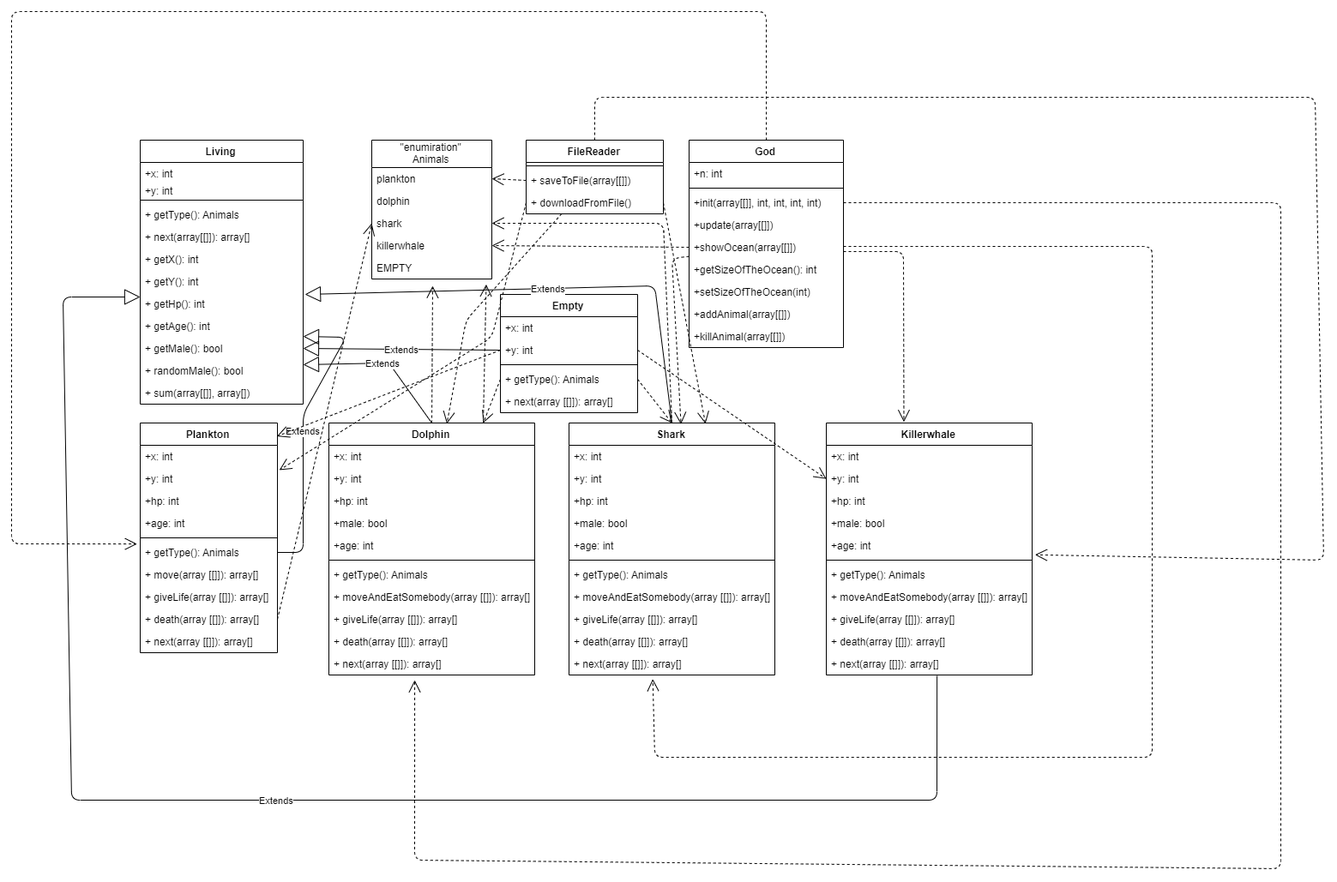
Faceless1337/Ocean keeps this draw.io diagram as UML.png. Above is the earlier version. Source tidied: cells renumbered, new cells last; positions are measured from the earlier drawing's top-left corner, leaving out a move shared by most shapes.
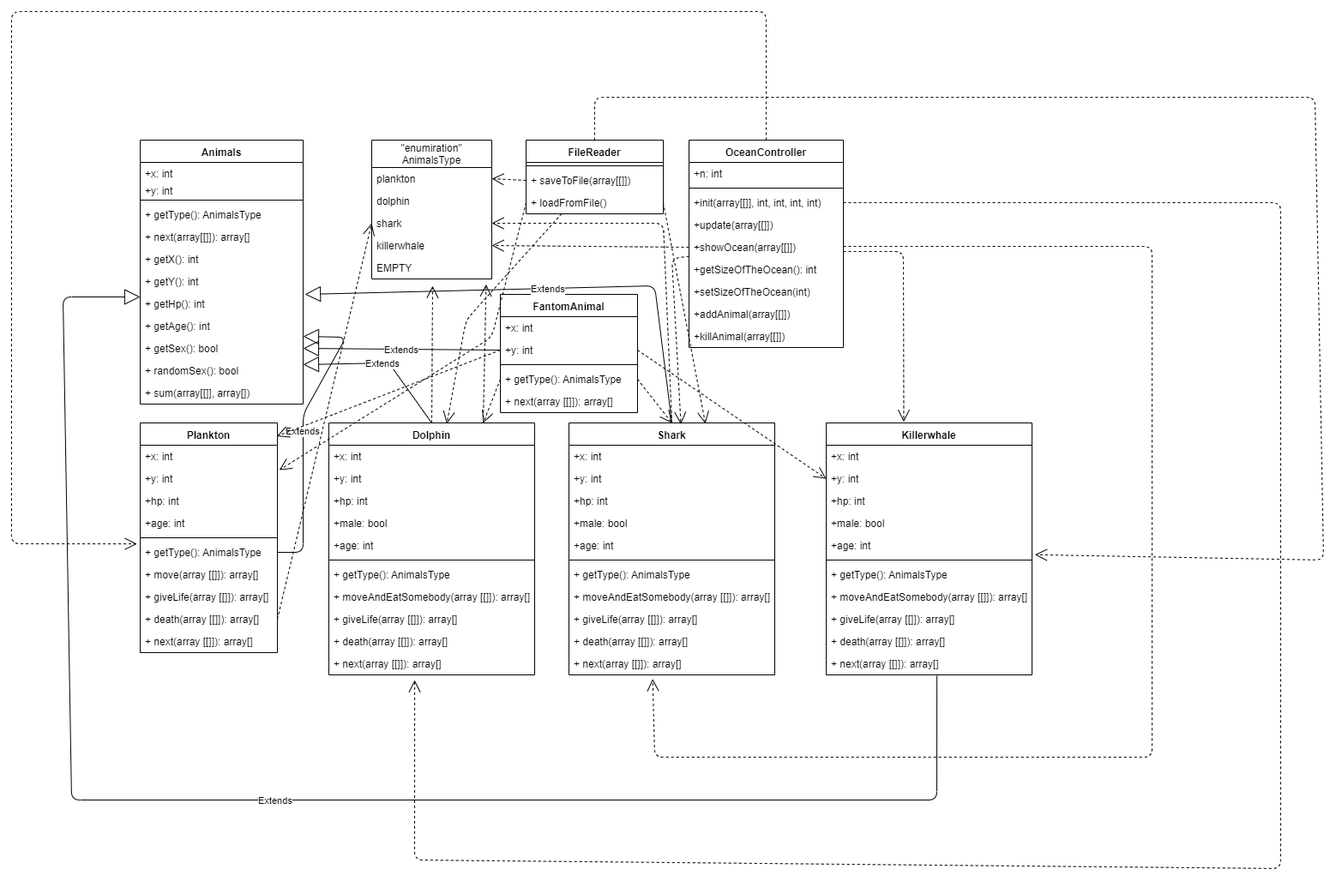
The same file after the commit.

What changed in the source:
```diff
@@ -2,7 +2,7 @@
   <root>
     <mxCell id="0" />
     <mxCell id="1" parent="0" />
-    <mxCell id="2" value="Living" style="swimlane;fontStyle=1;align=center;verticalAlign=top;horizontal=1;startSize=26;" parent="1" vertex="1">
+    <mxCell id="2" value="Animals" style="swimlane;fontStyle=1;align=center;verticalAlign=top;horizontal=1;startSize=26;" parent="1" vertex="1">
       <mxGeometry x="150" y="150" width="190" height="308" as="geometry" />
     </mxCell>
     <mxCell id="3" value="+x: int" style="text;strokeColor=none;fillColor=none;align=left;verticalAlign=top;spacingLeft=4;spacingRight=4;overflow=hidden;" parent="2" vertex="1">
@@ -14,7 +14,7 @@
     <mxCell id="5" style="line;strokeWidth=1;fillColor=none;align=left;verticalAlign=middle;spacingTop=-1;spacingLeft=3;spacingRight=3;labelPosition=right;" parent="2" vertex="1">
       <mxGeometry y="66" width="190" height="8" as="geometry" />
     </mxCell>
-    <mxCell id="6" value="+ getType(): Animals" style="text;strokeColor=none;fillColor=none;align=left;verticalAlign=top;spacingLeft=4;spacingRight=4;overflow=hidden;" parent="2" vertex="1">
+    <mxCell id="6" value="+ getType(): AnimalsType" style="text;strokeColor=none;fillColor=none;align=left;verticalAlign=top;spacingLeft=4;spacingRight=4;overflow=hidden;" parent="2" vertex="1">
       <mxGeometry y="74" width="190" height="26" as="geometry" />
     </mxCell>
     <mxCell id="7" value="+ next(array[[]]): array[]" style="text;strokeColor=none;fillColor=none;align=left;verticalAlign=top;spacingLeft=4;spacingRight=4;overflow=hidden;" parent="2" vertex="1">
@@ -32,16 +32,16 @@
     <mxCell id="11" value="+ getAge(): int" style="text;strokeColor=none;fillColor=none;align=left;verticalAlign=top;spacingLeft=4;spacingRight=4;overflow=hidden;points=[[0,0.5],[1,0.5]];portConstraint=eastwest;" parent="2" vertex="1">
       <mxGeometry y="204" width="190" height="26" as="geometry" />
     </mxCell>
-    <mxCell id="12" value="+ getMale(): bool" style="text;strokeColor=none;fillColor=none;align=left;verticalAlign=top;spacingLeft=4;spacingRight=4;overflow=hidden;points=[[0,0.5],[1,0.5]];portConstraint=eastwest;" parent="2" vertex="1">
+    <mxCell id="12" value="+ getSex(): bool" style="text;strokeColor=none;fillColor=none;align=left;verticalAlign=top;spacingLeft=4;spacingRight=4;overflow=hidden;points=[[0,0.5],[1,0.5]];portConstraint=eastwest;" parent="2" vertex="1">
       <mxGeometry y="230" width="190" height="26" as="geometry" />
     </mxCell>
-    <mxCell id="13" value="+ randomMale(): bool" style="text;strokeColor=none;fillColor=none;align=left;verticalAlign=top;spacingLeft=4;spacingRight=4;overflow=hidden;points=[[0,0.5],[1,0.5]];portConstraint=eastwest;" parent="2" vertex="1">
+    <mxCell id="13" value="+ randomSex(): bool" style="text;strokeColor=none;fillColor=none;align=left;verticalAlign=top;spacingLeft=4;spacingRight=4;overflow=hidden;points=[[0,0.5],[1,0.5]];portConstraint=eastwest;" parent="2" vertex="1">
       <mxGeometry y="256" width="190" height="26" as="geometry" />
     </mxCell>
     <mxCell id="14" value="+ sum(array[[]], array[])" style="text;strokeColor=none;fillColor=none;align=left;verticalAlign=top;spacingLeft=4;spacingRight=4;overflow=hidden;" parent="2" vertex="1">
       <mxGeometry y="282" width="190" height="26" as="geometry" />
     </mxCell>
-    <mxCell id="15" value="&quot;enumiration&quot;&#10;Animals" style="swimlane;fontStyle=0;horizontal=1;startSize=32;fillColor=none;" parent="1" vertex="1">
+    <mxCell id="15" value="&quot;enumiration&quot;&#10;AnimalsType" style="swimlane;fontStyle=0;horizontal=1;startSize=32;fillColor=none;" parent="1" vertex="1">
       <mxGeometry x="420" y="150" width="140" height="162" as="geometry" />
     </mxCell>
     <mxCell id="16" value="plankton" style="text;strokeColor=none;fillColor=none;align=left;verticalAlign=top;spacingLeft=4;spacingRight=4;overflow=hidden;points=[[0,0.5],[1,0.5]];portConstraint=eastwest;" parent="15" vertex="1">
@@ -68,7 +68,7 @@
         </Array>
       </mxGeometry>
     </mxCell>
-    <mxCell id="22" value="God" style="swimlane;fontStyle=1;align=center;verticalAlign=top;horizontal=1;startSize=26;" parent="1" vertex="1">
+    <mxCell id="22" value="OceanController" style="swimlane;fontStyle=1;align=center;verticalAlign=top;horizontal=1;startSize=26;" parent="1" vertex="1">
       <mxGeometry x="790" y="150" width="180" height="242" as="geometry" />
     </mxCell>
     <mxCell id="23" value="+n: int" style="text;strokeColor=none;fillColor=none;align=left;verticalAlign=top;spacingLeft=4;spacingRight=4;overflow=hidden;" parent="22" vertex="1">
@@ -123,7 +123,7 @@
     <mxCell id="36" value="+ saveToFile(array[[]])" style="text;strokeColor=none;fillColor=none;align=left;verticalAlign=top;spacingLeft=4;spacingRight=4;overflow=hidden;points=[[0,0.5],[1,0.5]];portConstraint=eastwest;" parent="34" vertex="1">
       <mxGeometry y="34" width="160" height="26" as="geometry" />
     </mxCell>
-    <mxCell id="37" value="+ downloadFromFile()" style="text;strokeColor=none;fillColor=none;align=left;verticalAlign=top;spacingLeft=4;spacingRight=4;overflow=hidden;points=[[0,0.5],[1,0.5]];portConstraint=eastwest;" parent="34" vertex="1">
+    <mxCell id="37" value="+ loadFromFile()" style="text;strokeColor=none;fillColor=none;align=left;verticalAlign=top;spacingLeft=4;spacingRight=4;overflow=hidden;points=[[0,0.5],[1,0.5]];portConstraint=eastwest;" parent="34" vertex="1">
       <mxGeometry y="60" width="160" height="26" as="geometry" />
     </mxCell>
     <mxCell id="38" value="Plankton" style="swimlane;fontStyle=1;align=center;verticalAlign=top;horizontal=1;startSize=26;" parent="1" vertex="1">
@@ -144,7 +144,7 @@
     <mxCell id="43" style="line;strokeWidth=1;fillColor=none;align=left;verticalAlign=middle;spacingTop=-1;spacingLeft=3;spacingRight=3;labelPosition=right;" parent="38" vertex="1">
       <mxGeometry y="130" width="160" height="8" as="geometry" />
     </mxCell>
-    <mxCell id="44" value="+ getType(): Animals" style="text;strokeColor=none;fillColor=none;align=left;verticalAlign=top;spacingLeft=4;spacingRight=4;overflow=hidden;points=[[0,0.5],[1,0.5]];portConstraint=eastwest;" parent="38" vertex="1">
+    <mxCell id="44" value="+ getType(): AnimalsType" style="text;strokeColor=none;fillColor=none;align=left;verticalAlign=top;spacingLeft=4;spacingRight=4;overflow=hidden;points=[[0,0.5],[1,0.5]];portConstraint=eastwest;" parent="38" vertex="1">
       <mxGeometry y="138" width="160" height="26" as="geometry" />
     </mxCell>
     <mxCell id="45" value="+ move(array [[]]): array[]" style="text;strokeColor=none;fillColor=none;align=left;verticalAlign=top;spacingLeft=4;spacingRight=4;overflow=hidden;" parent="38" vertex="1">
@@ -188,7 +188,7 @@
     <mxCell id="57" style="line;strokeWidth=1;fillColor=none;align=left;verticalAlign=middle;spacingTop=-1;spacingLeft=3;spacingRight=3;labelPosition=right;" parent="51" vertex="1">
       <mxGeometry y="156" width="240" height="8" as="geometry" />
     </mxCell>
-    <mxCell id="58" value="+ getType(): Animals" style="text;strokeColor=none;fillColor=none;align=left;verticalAlign=top;spacingLeft=4;spacingRight=4;overflow=hidden;" parent="51" vertex="1">
+    <mxCell id="58" value="+ getType(): AnimalsType" style="text;strokeColor=none;fillColor=none;align=left;verticalAlign=top;spacingLeft=4;spacingRight=4;overflow=hidden;" parent="51" vertex="1">
       <mxGeometry y="164" width="240" height="26" as="geometry" />
     </mxCell>
     <mxCell id="59" value="+ moveAndEatSomebody(array [[]]): array[]" style="text;strokeColor=none;fillColor=none;align=left;verticalAlign=top;spacingLeft=4;spacingRight=4;overflow=hidden;" parent="51" vertex="1">
@@ -231,7 +231,7 @@
     <mxCell id="70" style="line;strokeWidth=1;fillColor=none;align=left;verticalAlign=middle;spacingTop=-1;spacingLeft=3;spacingRight=3;labelPosition=right;" parent="64" vertex="1">
       <mxGeometry y="156" width="240" height="8" as="geometry" />
     </mxCell>
-    <mxCell id="71" value="+ getType(): Animals" style="text;strokeColor=none;fillColor=none;align=left;verticalAlign=top;spacingLeft=4;spacingRight=4;overflow=hidden;" parent="64" vertex="1">
+    <mxCell id="71" value="+ getType(): AnimalsType" style="text;strokeColor=none;fillColor=none;align=left;verticalAlign=top;spacingLeft=4;spacingRight=4;overflow=hidden;" parent="64" vertex="1">
       <mxGeometry y="164" width="240" height="26" as="geometry" />
     </mxCell>
     <mxCell id="72" value="+ moveAndEatSomebody(array [[]]): array[]" style="text;strokeColor=none;fillColor=none;align=left;verticalAlign=top;spacingLeft=4;spacingRight=4;overflow=hidden;" parent="64" vertex="1">
@@ -267,7 +267,7 @@
     <mxCell id="82" style="line;strokeWidth=1;fillColor=none;align=left;verticalAlign=middle;spacingTop=-1;spacingLeft=3;spacingRight=3;labelPosition=right;" parent="76" vertex="1">
       <mxGeometry y="156" width="240" height="8" as="geometry" />
     </mxCell>
-    <mxCell id="83" value="+ getType(): Animals" style="text;strokeColor=none;fillColor=none;align=left;verticalAlign=top;spacingLeft=4;spacingRight=4;overflow=hidden;" parent="76" vertex="1">
+    <mxCell id="83" value="+ getType(): AnimalsType" style="text;strokeColor=none;fillColor=none;align=left;verticalAlign=top;spacingLeft=4;spacingRight=4;overflow=hidden;" parent="76" vertex="1">
       <mxGeometry y="164" width="240" height="26" as="geometry" />
     </mxCell>
     <mxCell id="84" value="+ moveAndEatSomebody(array [[]]): array[]" style="text;strokeColor=none;fillColor=none;align=left;verticalAlign=top;spacingLeft=4;spacingRight=4;overflow=hidden;" parent="76" vertex="1">
@@ -282,7 +282,7 @@
     <mxCell id="87" value="+ next(array [[]]): array[]" style="text;strokeColor=none;fillColor=none;align=left;verticalAlign=top;spacingLeft=4;spacingRight=4;overflow=hidden;points=[[0,0.5],[1,0.5]];portConstraint=eastwest;" parent="76" vertex="1">
       <mxGeometry y="268" width="240" height="26" as="geometry" />
     </mxCell>
-    <mxCell id="88" value="Empty" style="swimlane;fontStyle=1;align=center;verticalAlign=top;horizontal=1;startSize=26;" parent="1" vertex="1">
+    <mxCell id="88" value="FantomAnimal" style="swimlane;fontStyle=1;align=center;verticalAlign=top;horizontal=1;startSize=26;" parent="1" vertex="1">
       <mxGeometry x="570" y="330" width="160" height="138" as="geometry" />
     </mxCell>
     <mxCell id="89" value="+x: int" style="text;strokeColor=none;fillColor=none;align=left;verticalAlign=top;spacingLeft=4;spacingRight=4;overflow=hidden;" parent="88" vertex="1">
@@ -294,7 +294,7 @@
     <mxCell id="91" style="line;strokeWidth=1;fillColor=none;align=left;verticalAlign=middle;spacingTop=-1;spacingLeft=3;spacingRight=3;labelPosition=right;" parent="88" vertex="1">
       <mxGeometry y="78" width="160" height="8" as="geometry" />
     </mxCell>
-    <mxCell id="92" value="+ getType(): Animals" style="text;strokeColor=none;fillColor=none;align=left;verticalAlign=top;spacingLeft=4;spacingRight=4;overflow=hidden;points=[[0,0.5],[1,0.5]];portConstraint=eastwest;" parent="88" vertex="1">
+    <mxCell id="92" value="+ getType(): AnimalsType" style="text;strokeColor=none;fillColor=none;align=left;verticalAlign=top;spacingLeft=4;spacingRight=4;overflow=hidden;points=[[0,0.5],[1,0.5]];portConstraint=eastwest;" parent="88" vertex="1">
       <mxGeometry y="86" width="160" height="26" as="geometry" />
     </mxCell>
     <mxCell id="93" value="+ next(array [[]]): array[]" style="text;strokeColor=none;fillColor=none;align=left;verticalAlign=top;spacingLeft=4;spacingRight=4;overflow=hidden;" parent="88" vertex="1">
```
